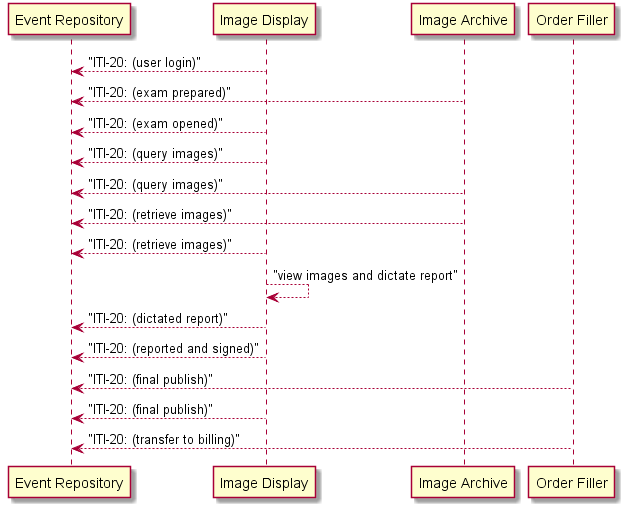
Above: routine-report.png in rjhorn-agfa/SOLE (PlantUML), before the change.
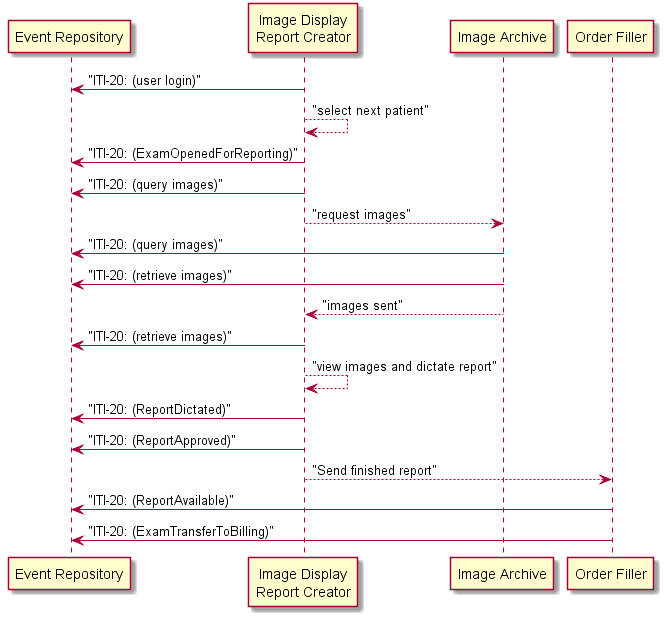
The same diagram one commit later.

Change to the diagram source:
```diff
@@ -1,19 +1,22 @@
 @startuml
 
 participant "Event Repository"
+participant "Image Display\nReport Creator" as Display
 
-"Image Display" --> "Event Repository" : "ITI-20: (user login)"
-"Image Archive" --> "Event Repository" : "ITI-20: (exam prepared)"
-"Image Display" --> "Event Repository" : "ITI-20: (exam opened)"
-"Image Display" --> "Event Repository" : "ITI-20: (query images)"
-"Image Archive" --> "Event Repository" : "ITI-20: (query images)"
-"Image Archive" --> "Event Repository" : "ITI-20: (retrieve images)"
-"Image Display" --> "Event Repository" : "ITI-20: (retrieve images)"
-"Image Display" --> "Image Display" : "view images and dictate report"
-"Image Display" --> "Event Repository" : "ITI-20: (dictated report)"
-"Image Display" --> "Event Repository" : "ITI-20: (reported and signed)"
-"Order Filler" --> "Event Repository" : "ITI-20: (final publish)"
-"Image Display" --> "Event Repository" : "ITI-20: (final publish)"
-"Order Filler" --> "Event Repository" : "ITI-20: (transfer to billing)"
+Display -> "Event Repository" : "ITI-20: (user login)"
+Display --> Display : "select next patient"
+Display -> "Event Repository" : "ITI-20: (ExamOpenedForReporting)"
+Display -> "Event Repository" : "ITI-20: (query images)"
+Display --> "Image Archive" : "request images"
+"Image Archive" -> "Event Repository" : "ITI-20: (query images)"
+"Image Archive" -> "Event Repository" : "ITI-20: (retrieve images)"
+"Image Archive" --> Display : "images sent"
+Display -> "Event Repository" : "ITI-20: (retrieve images)"
+Display --> Display : "view images and dictate report"
+Display -> "Event Repository" : "ITI-20: (ReportDictated)"
+Display -> "Event Repository" : "ITI-20: (ReportApproved)"
+Display --> "Order Filler" : "Send finished report"
+"Order Filler" -> "Event Repository" : "ITI-20: (ReportAvailable)"
+"Order Filler" -> "Event Repository" : "ITI-20: (ExamTransferToBilling)"
 
 @enduml
```
